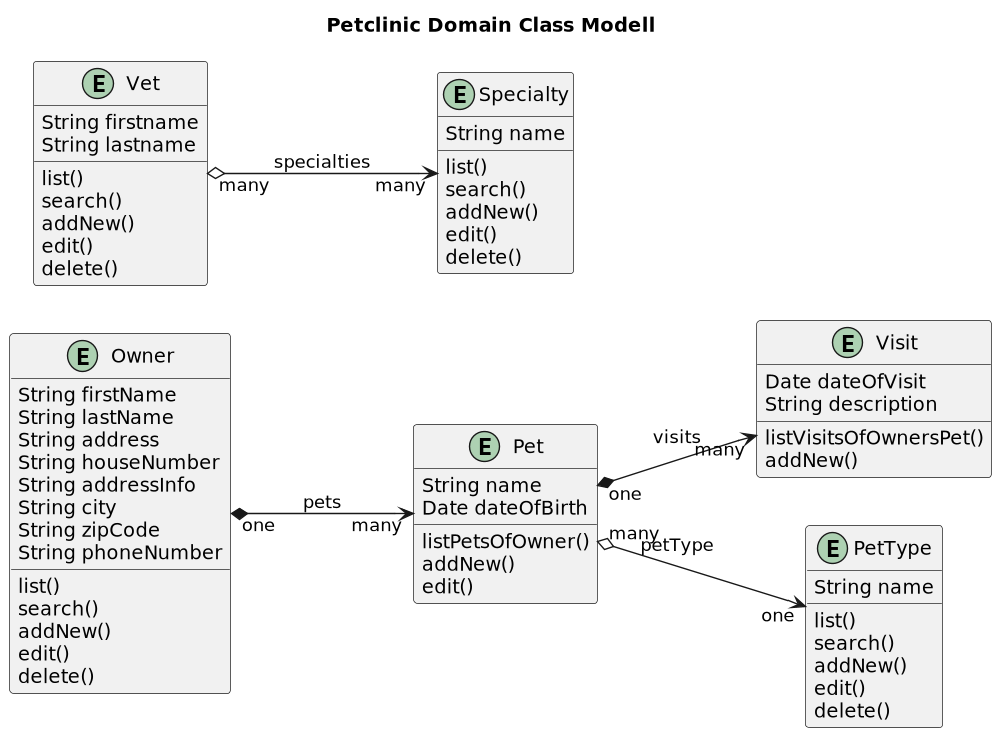
Earlier version of the PlantUML export etc/uml/Petclinic__Domain_Class_Modell-Petclinic_Domain_Class_Modell.png (Jakarta-EE-Petclinic/petclinic-jakartaee).
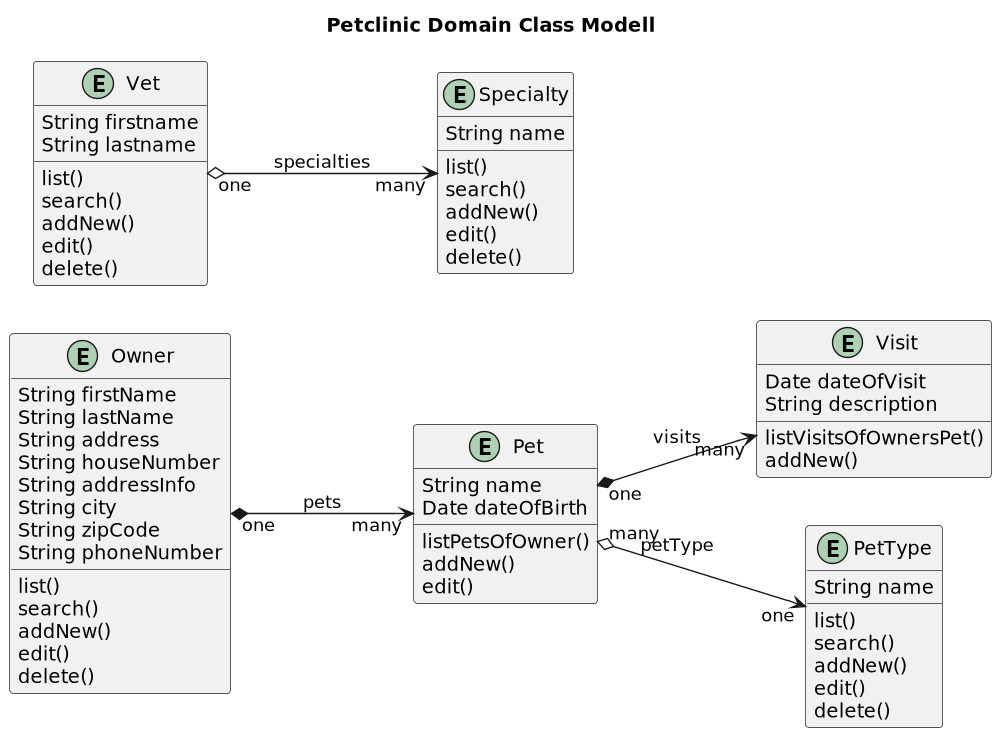
The same diagram one commit later.

What changed in the source:
```diff
@@ -1,5 +1,4 @@
 @startuml
-
 
 title Petclinic Domain Class Modell
 
@@ -69,5 +68,5 @@
 Owner "one"  *--> "many"  Pet: pets
 Pet "one" *--> "many" Visit: visits
 Pet "many"  o-->  "one" PetType: petType
-Vet "many" o--> "many" Specialty: specialties
+Vet "one" o--> "many" Specialty: specialties
 @enduml
```
